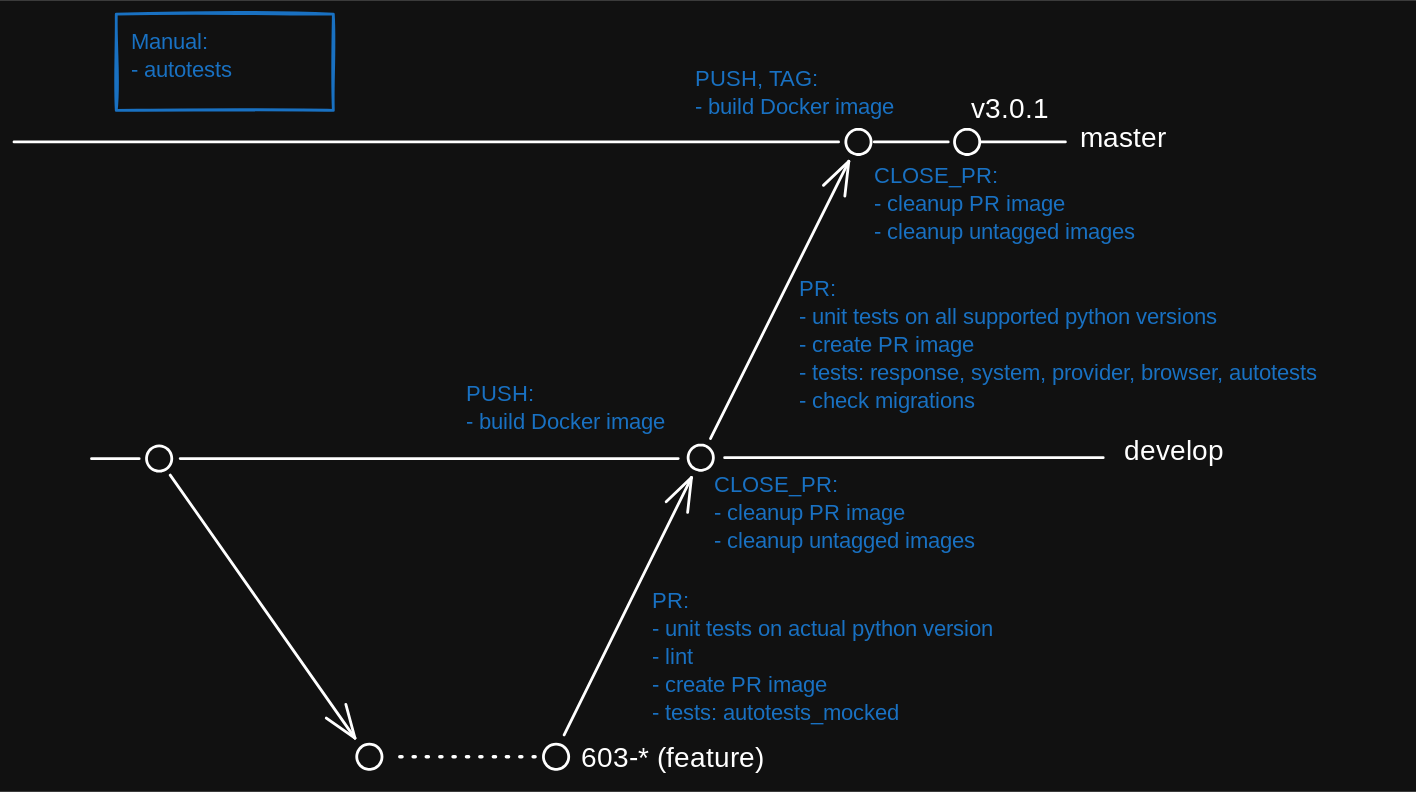
This is docs/content/development/ci.excalidraw.svg from eslupmi/impulse, a Excalidraw export, as it was before one commit. Source tidied: one line per element, renumbered; positions are measured from the earlier drawing's top-left corner, leaving out a move shared by most shapes.
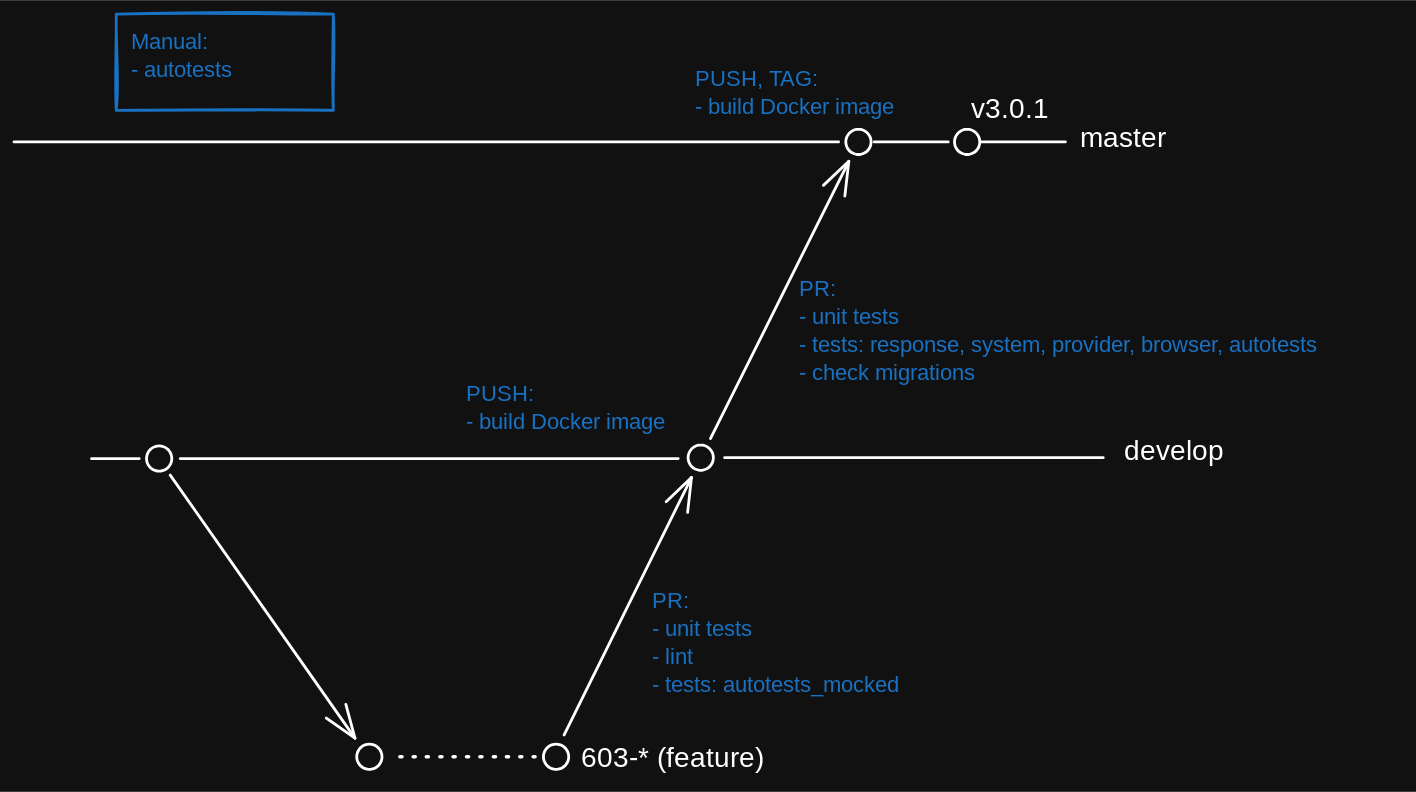
Later version of the same file.

Commit message:
Removed support of 3.10, 3.11, 3.13 python versions

Diff of the diagram source:
```diff
@@ -11,10 +11,10 @@
 {"id": 10, "type": "ellipse", "strokeColor": "#ffffff", "strokeWidth": 2, "roughness": 0, "round": true, "x": 378, "y": 521, "width": 18, "height": 18}
 {"id": 11, "type": "arrow", "strokeColor": "#ffffff", "strokeWidth": 2, "roughness": 0, "endArrowhead": "arrow", "round": true, "from": 10, "to": 3, "x": 393, "y": 515, "width": 91, "height": 184, "points": [[0, 0], [91, -184]]}
 {"id": 12, "type": "arrow", "strokeColor": "#ffffff", "strokeWidth": 2, "strokeStyle": "dotted", "roughness": 0, "round": true, "from": 10, "to": 8, "x": 372, "y": 530, "width": 103, "height": 0, "points": [[0, 0], [-103, 0]]}
-{"id": 13, "type": "text", "text": "PR:\n- unit tests on all supported python versions\n- create PR image\n- tests: response, system, provider, browser, autotests\n- check migrations", "strokeColor": "#1971c2", "strokeWidth": 2, "roughness": 0, "fontSize": 16, "fontFamily": 5, "x": 561, "y": 187, "width": 431, "height": 100}
+{"id": 13, "type": "text", "text": "PR:\n- unit tests\n- tests: response, system, provider, browser, autotests\n- check migrations", "strokeColor": "#1971c2", "strokeWidth": 2, "roughness": 0, "fontSize": 16, "fontFamily": 5, "x": 561, "y": 187, "width": 431, "height": 80}
 {"id": 14, "type": "ellipse", "strokeColor": "#ffffff", "strokeWidth": 2, "roughness": 0, "round": true, "x": 672, "y": 82, "width": 18, "height": 18}
 {"id": 15, "type": "text", "text": "v3.0.1", "strokeColor": "#ffffff", "strokeWidth": 2, "roughness": 0, "fontSize": 20, "fontFamily": 5, "x": 684, "y": 57, "width": 55, "height": 25}
-{"id": 16, "type": "text", "text": "PR:\n- unit tests on actual python version\n- lint\n- create PR image\n- tests: autotests_mocked", "strokeColor": "#1971c2", "strokeWidth": 2, "roughness": 0, "fontSize": 16, "fontFamily": 5, "x": 456, "y": 410, "width": 292, "height": 100}
+{"id": 16, "type": "text", "text": "PR:\n- unit tests\n- lint\n- tests: autotests_mocked", "strokeColor": "#1971c2", "strokeWidth": 2, "roughness": 0, "fontSize": 16, "fontFamily": 5, "x": 456, "y": 410, "width": 213, "height": 80}
 {"id": 17, "type": "ellipse", "strokeColor": "#ffffff", "strokeWidth": 2, "roughness": 0, "round": true, "x": 95, "y": 308, "width": 18, "height": 18}
 {"id": 18, "type": "line", "strokeColor": "#ffffff", "strokeWidth": 2, "roughness": 0, "round": true, "x": 89, "y": 317, "width": 34, "height": 0, "points": [[0, 0], [-34, 0]]}
 {"id": 19, "type": "line", "strokeColor": "#ffffff", "strokeWidth": 2, "roughness": 0, "round": true, "x": 667, "y": 91, "width": 53, "height": 0, "points": [[0, 0], [-53, 0]]}
@@ -24,5 +24,3 @@
 {"id": 23, "type": "text", "text": "PUSH:\n- build Docker image", "strokeColor": "#1971c2", "strokeWidth": 2, "roughness": 0, "fontSize": 16, "fontFamily": 5, "x": 323, "y": 262, "width": 156, "height": 40}
 {"id": 24, "type": "text", "text": "Manual:\n- autotests", "strokeColor": "#1971c2", "strokeWidth": 2, "roughness": 1, "fontSize": 16, "fontFamily": 5, "x": 84, "y": 11, "width": 93, "height": 40}
 {"id": 25, "type": "rectangle", "strokeColor": "#1971c2", "strokeWidth": 2, "roughness": 1, "x": 73, "y": 0, "width": 155, "height": 69}
-{"id": 26, "type": "text", "text": "CLOSE_PR:\n- cleanup PR image\n- cleanup untagged images", "strokeColor": "#1971c2", "strokeWidth": 2, "roughness": 1, "fontSize": 16, "fontFamily": 5, "x": 500, "y": 328, "width": 202, "height": 60}
-{"id": 27, "type": "text", "text": "CLOSE_PR:\n- cleanup PR image\n- cleanup untagged images", "strokeColor": "#1971c2", "strokeWidth": 2, "roughness": 1, "fontSize": 16, "fontFamily": 5, "x": 614, "y": 106, "width": 202, "height": 60}
```
